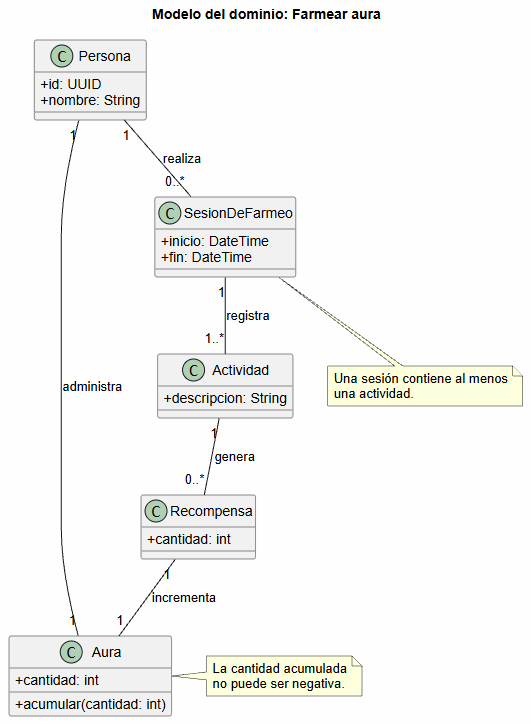
Jime-Cal/26-27-idsw1 keeps this PlantUML diagram as entregas/calderonJimena/imagenes/aura.png. Above is the earlier version. Its source is kept beside it as entregas/calderonJimena/diagramas/aura.puml.
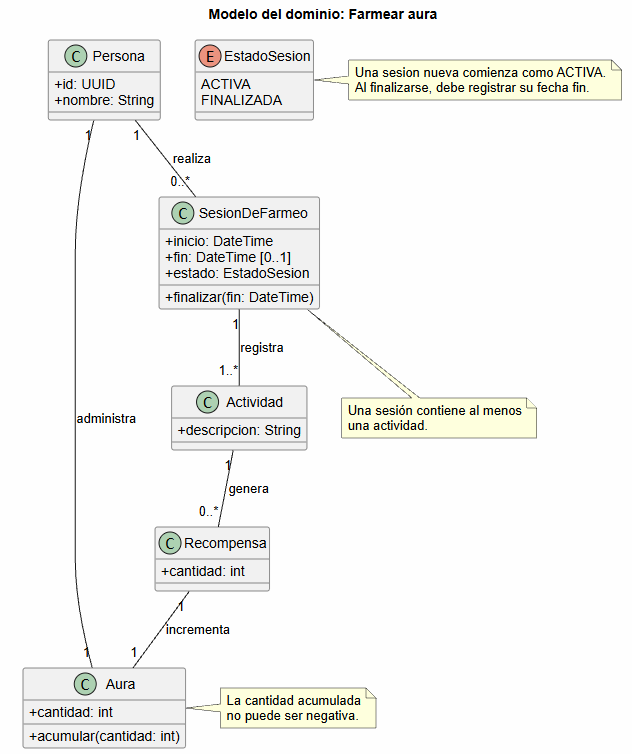
After the change.

Commit message:
Ajusta las relaciones del diagrama de aura

Change to the diagram source:
```diff
@@ -33,12 +33,12 @@
   +cantidad: int
 }
 
-Persona "1" *-- "1" Aura : administra
+Persona "1" -- "1" Aura : administra
 Persona "1" -- "0..*" SesionDeFarmeo : realiza
 
-SesionDeFarmeo "1" *-- "1..*" Actividad : registra
+SesionDeFarmeo "1" -- "1..*" Actividad : registra
 Actividad "1" -- "0..*" Recompensa : genera
-Recompensa "1" --> "1" Aura : incrementa
+Recompensa "1" -- "1" Aura : incrementa
 
 note right of Aura
   La cantidad acumulada
```
